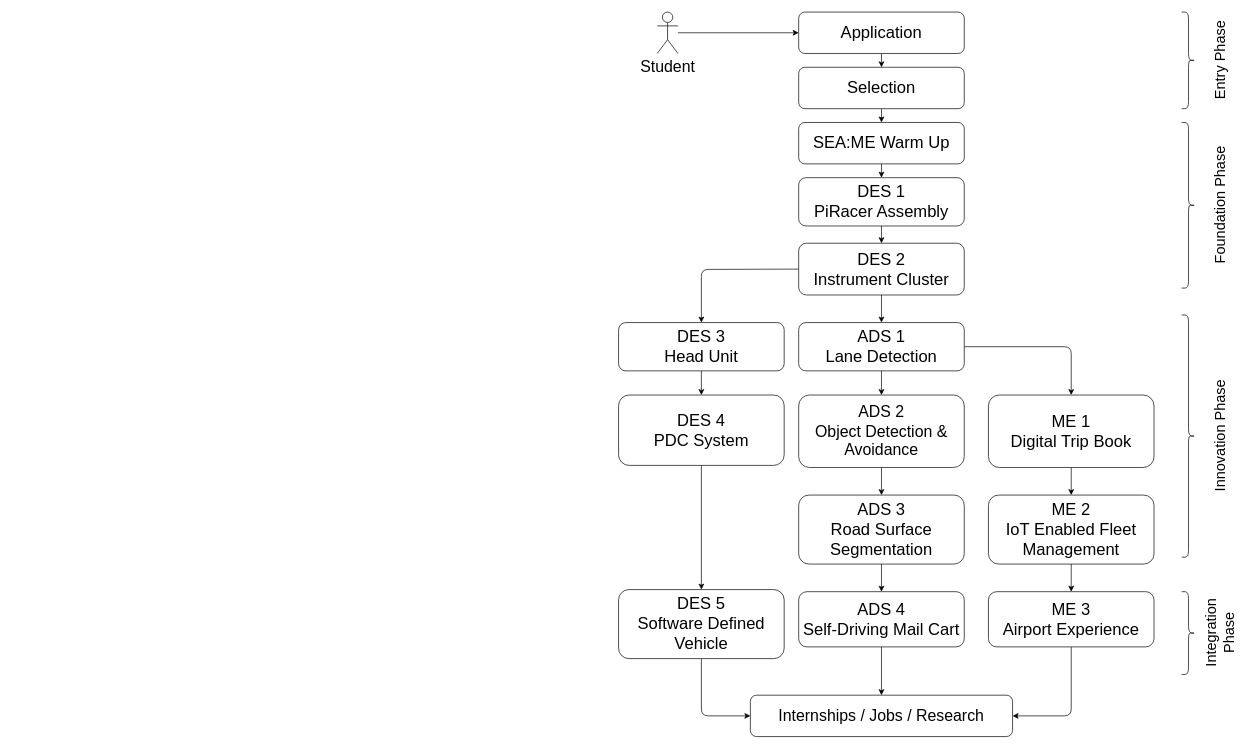
The draw.io diagram draw/roadmap.drawio in SEA-ME/SEA-ME-Study-Roadmap, before the edit. Source tidied: cells renumbered, new cells numbered last; positions are measured from the earlier drawing's top-left corner, leaving out a move shared by most shapes. Both pictures are drawn from the tidied source at 69%, with x=0, y=0 at pixel (618, 12).
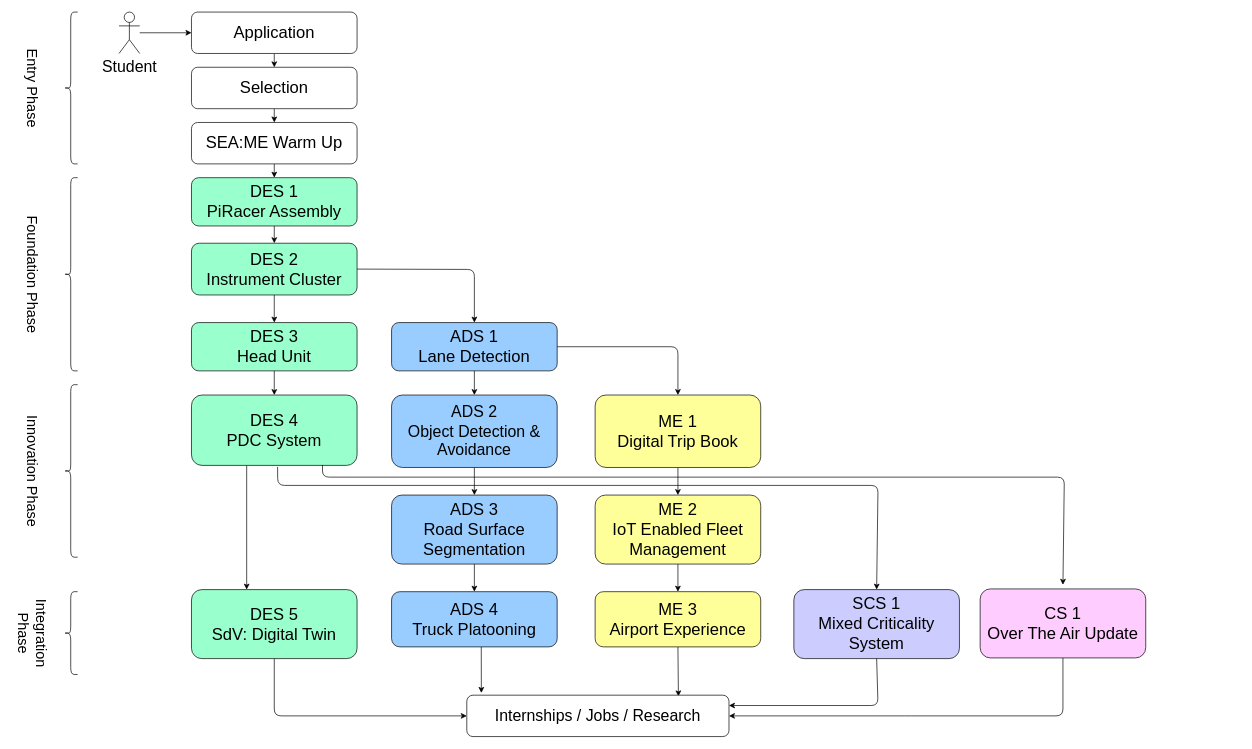
Above is the later version.

Commit message (it also covers changes not shown here):
redesigning the roadmap

Diff of the diagram source:
```diff
@@
-    <mxCell id="3" value="&lt;span style=&quot;font-size: 24px;&quot;&gt;DES 1&lt;br&gt;PiRacer Assembly&lt;/span&gt;" style="rounded=1;whiteSpace=wrap;html=1;" parent="1" vertex="1">
-      <mxGeometry x="261" y="240" width="240" height="70" as="geometry" />
+    <mxCell id="3" value="&lt;span style=&quot;font-size: 24px;&quot;&gt;DES 1&lt;br&gt;PiRacer Assembly&lt;/span&gt;" style="rounded=1;whiteSpace=wrap;html=1;fillColor=#99FFCC;fontColor=#000000;" parent="1" vertex="1">
+      <mxGeometry x="-619" y="240" width="240" height="70" as="geometry" />
     </mxCell>
@@
     <mxCell id="5" value="&lt;font style=&quot;font-size: 24px;&quot;&gt;SEA:ME Warm Up&lt;/font&gt;" style="rounded=1;whiteSpace=wrap;html=1;" parent="1" vertex="1">
-      <mxGeometry x="261" y="160" width="240" height="60" as="geometry" />
+      <mxGeometry x="-619" y="160" width="240" height="60" as="geometry" />
     </mxCell>
@@
     <mxCell id="7" value="&lt;font style=&quot;font-size: 24px;&quot;&gt;Selection&lt;/font&gt;" style="rounded=1;whiteSpace=wrap;html=1;" parent="1" vertex="1">
-      <mxGeometry x="261" y="80" width="240" height="60" as="geometry" />
+      <mxGeometry x="-619" y="80" width="240" height="60" as="geometry" />
     </mxCell>
@@
     <mxCell id="9" value="&lt;font style=&quot;font-size: 24px;&quot;&gt;Application&lt;/font&gt;" style="rounded=1;whiteSpace=wrap;html=1;" parent="1" vertex="1">
-      <mxGeometry x="261" width="240" height="60" as="geometry" />
+      <mxGeometry x="-619" width="240" height="60" as="geometry" />
     </mxCell>
-    <mxCell id="10" style="edgeStyle=none;html=1;exitX=0;exitY=0.5;exitDx=0;exitDy=0;entryX=0.5;entryY=0;entryDx=0;entryDy=0;fontSize=23;" parent="1" edge="1" source="12" target="14">
-      <mxGeometry relative="1" as="geometry">
-        <Array as="points">
-          <mxPoint x="120" y="373" />
-        </Array>
-      </mxGeometry>
+    <mxCell id="10" style="edgeStyle=none;html=1;exitX=0.5;exitY=1;exitDx=0;exitDy=0;entryX=0.5;entryY=0;entryDx=0;entryDy=0;fontSize=23;" parent="1" edge="1" source="12" target="14">
+      <mxGeometry relative="1" as="geometry" />
     </mxCell>
-    <mxCell id="11" style="edgeStyle=none;html=1;exitX=0.5;exitY=1;exitDx=0;exitDy=0;entryX=0.5;entryY=0;entryDx=0;entryDy=0;fontSize=23;" parent="1" edge="1" source="12" target="21">
-      <mxGeometry relative="1" as="geometry" />
+    <mxCell id="11" style="edgeStyle=none;html=1;exitX=1;exitY=0.5;exitDx=0;exitDy=0;entryX=0.5;entryY=0;entryDx=0;entryDy=0;fontSize=23;" parent="1" edge="1" source="12" target="21">
+      <mxGeometry relative="1" as="geometry">
+        <Array as="points">
+          <mxPoint x="-209" y="373" />
+        </Array>
+      </mxGeometry>
     </mxCell>
-    <mxCell id="12" value="&lt;span style=&quot;font-size: 24px;&quot;&gt;DES 2&lt;br&gt;Instrument Cluster&lt;/span&gt;" style="rounded=1;whiteSpace=wrap;html=1;" parent="1" vertex="1">
-      <mxGeometry x="261" y="335" width="240" height="75" as="geometry" />
+    <mxCell id="12" value="&lt;span style=&quot;font-size: 24px;&quot;&gt;DES 2&lt;br&gt;Instrument Cluster&lt;/span&gt;" style="rounded=1;whiteSpace=wrap;html=1;fillColor=#99FFCC;fontColor=#000000;" parent="1" vertex="1">
+      <mxGeometry x="-619" y="335" width="240" height="75" as="geometry" />
     </mxCell>
@@
-    <mxCell id="14" value="&lt;span style=&quot;font-size: 24px;&quot;&gt;DES 3&lt;br&gt;Head Unit&lt;/span&gt;" style="rounded=1;whiteSpace=wrap;html=1;" parent="1" vertex="1">
-      <mxGeometry y="450" width="240" height="70" as="geometry" />
+    <mxCell id="14" value="&lt;span style=&quot;font-size: 24px;&quot;&gt;DES 3&lt;br&gt;Head Unit&lt;/span&gt;" style="rounded=1;whiteSpace=wrap;html=1;fillColor=#99FFCC;fontColor=#000000;" parent="1" vertex="1">
+      <mxGeometry x="-619" y="450" width="240" height="70" as="geometry" />
     </mxCell>
-    <mxCell id="15" style="edgeStyle=none;html=1;exitX=0.5;exitY=1;exitDx=0;exitDy=0;entryX=0.5;entryY=0;entryDx=0;entryDy=0;fontSize=23;" parent="1" edge="1" source="16" target="18">
-      <mxGeometry relative="1" as="geometry" />
+    <mxCell id="15" style="edgeStyle=none;html=1;exitX=0.5;exitY=1;exitDx=0;exitDy=0;entryX=0.5;entryY=0;entryDx=0;entryDy=0;fontSize=23;" parent="1" edge="1">
+      <mxGeometry relative="1" as="geometry">
+        <mxPoint x="-539" y="657" as="sourcePoint" />
+        <mxPoint x="-539" y="837" as="targetPoint" />
+      </mxGeometry>
     </mxCell>
-    <mxCell id="16" value="&lt;span style=&quot;font-size: 24px;&quot;&gt;DES 4&lt;br&gt;PDC System&lt;/span&gt;" style="rounded=1;whiteSpace=wrap;html=1;" parent="1" vertex="1">
-      <mxGeometry y="555" width="240" height="102" as="geometry" />
+    <mxCell id="16" value="&lt;span style=&quot;font-size: 24px;&quot;&gt;DES 4&lt;br&gt;PDC System&lt;/span&gt;" style="rounded=1;whiteSpace=wrap;html=1;fillColor=#99FFCC;fontColor=#000000;" parent="1" vertex="1">
+      <mxGeometry x="-619" y="555" width="240" height="102" as="geometry" />
     </mxCell>
     <mxCell id="17" style="edgeStyle=none;html=1;exitX=0.5;exitY=1;exitDx=0;exitDy=0;entryX=0;entryY=0.5;entryDx=0;entryDy=0;fontSize=23;" parent="1" edge="1" source="18" target="34">
       <mxGeometry relative="1" as="geometry">
         <Array as="points">
-          <mxPoint x="120" y="1020" />
+          <mxPoint x="-499" y="1020" />
         </Array>
       </mxGeometry>
     </mxCell>
-    <mxCell id="18" value="&lt;span style=&quot;font-size: 24px;&quot;&gt;DES 5&lt;br&gt;Software Defined Vehicle&lt;br&gt;&lt;/span&gt;" style="rounded=1;whiteSpace=wrap;html=1;" parent="1" vertex="1">
-      <mxGeometry y="837" width="240" height="100" as="geometry" />
+    <mxCell id="18" value="&lt;span style=&quot;font-size: 24px;&quot;&gt;DES 5&lt;br&gt;SdV: Digital Twin&lt;br&gt;&lt;/span&gt;" style="rounded=1;whiteSpace=wrap;html=1;fillColor=#99FFCC;fontColor=#000000;" parent="1" vertex="1">
+      <mxGeometry x="-619" y="837" width="240" height="100" as="geometry" />
     </mxCell>
@@
     <mxCell id="20" style="edgeStyle=none;html=1;exitX=1;exitY=0.5;exitDx=0;exitDy=0;entryX=0.5;entryY=0;entryDx=0;entryDy=0;fontSize=23;" parent="1" edge="1" source="21" target="29">
       <mxGeometry relative="1" as="geometry">
         <Array as="points">
-          <mxPoint x="656" y="485" />
+          <mxPoint x="86" y="485" />
         </Array>
       </mxGeometry>
     </mxCell>
-    <mxCell id="21" value="&lt;span style=&quot;font-size: 24px;&quot;&gt;ADS 1&lt;br&gt;Lane Detection&lt;br&gt;&lt;/span&gt;" style="rounded=1;whiteSpace=wrap;html=1;" parent="1" vertex="1">
-      <mxGeometry x="261" y="450" width="240" height="70" as="geometry" />
+    <mxCell id="21" value="&lt;span style=&quot;font-size: 24px;&quot;&gt;ADS 1&lt;br&gt;Lane Detection&lt;br&gt;&lt;/span&gt;" style="rounded=1;whiteSpace=wrap;html=1;fontColor=#000000;fillColor=#99CCFF;" parent="1" vertex="1">
+      <mxGeometry x="-329" y="450" width="240" height="70" as="geometry" />
     </mxCell>
@@
-    <mxCell id="23" value="&lt;font style=&quot;font-size: 23px;&quot;&gt;ADS 2&lt;br&gt;Object Detection &amp;amp; Avoidance&lt;/font&gt;" style="rounded=1;whiteSpace=wrap;html=1;" parent="1" vertex="1">
-      <mxGeometry x="261" y="555" width="240" height="105" as="geometry" />
+    <mxCell id="23" value="&lt;font style=&quot;font-size: 23px;&quot;&gt;ADS 2&lt;br&gt;Object Detection &amp;amp; Avoidance&lt;/font&gt;" style="rounded=1;whiteSpace=wrap;html=1;fontColor=#000000;fillColor=#99CCFF;" parent="1" vertex="1">
+      <mxGeometry x="-329" y="555" width="240" height="105" as="geometry" />
     </mxCell>
@@
-    <mxCell id="25" value="&lt;span style=&quot;font-size: 24px;&quot;&gt;ADS 3&lt;br&gt;Road Surface Segmentation&lt;br&gt;&lt;/span&gt;" style="rounded=1;whiteSpace=wrap;html=1;" parent="1" vertex="1">
-      <mxGeometry x="261" y="700" width="240" height="100" as="geometry" />
+    <mxCell id="25" value="&lt;span style=&quot;font-size: 24px;&quot;&gt;ADS 3&lt;br&gt;Road Surface Segmentation&lt;br&gt;&lt;/span&gt;" style="rounded=1;whiteSpace=wrap;html=1;fontColor=#000000;fillColor=#99CCFF;" parent="1" vertex="1">
+      <mxGeometry x="-329" y="700" width="240" height="100" as="geometry" />
     </mxCell>
-    <mxCell id="26" style="edgeStyle=none;html=1;exitX=0.5;exitY=1;exitDx=0;exitDy=0;entryX=0.5;entryY=0;entryDx=0;entryDy=0;fontSize=23;" parent="1" edge="1" source="27" target="34">
-      <mxGeometry relative="1" as="geometry" />
+    <mxCell id="26" style="edgeStyle=none;html=1;exitX=0.75;exitY=1;exitDx=0;exitDy=0;entryX=0.187;entryY=-0.055;entryDx=0;entryDy=0;fontSize=23;entryPerimeter=0;" parent="1" edge="1">
+      <mxGeometry relative="1" as="geometry">
+        <mxPoint x="-199" y="920" as="sourcePoint" />
+        <mxPoint x="-198.9" y="986.7" as="targetPoint" />
+      </mxGeometry>
     </mxCell>
-    <mxCell id="27" value="&lt;span style=&quot;font-size: 24px;&quot;&gt;ADS 4&lt;br&gt;Self-Driving Mail Cart&lt;br&gt;&lt;/span&gt;" style="rounded=1;whiteSpace=wrap;html=1;" parent="1" vertex="1">
-      <mxGeometry x="261" y="840" width="240" height="80" as="geometry" />
+    <mxCell id="27" value="&lt;span style=&quot;font-size: 24px;&quot;&gt;ADS 4&lt;br&gt;Truck Platooning&lt;br&gt;&lt;/span&gt;" style="rounded=1;whiteSpace=wrap;html=1;fontColor=#000000;fillColor=#99CCFF;" parent="1" vertex="1">
+      <mxGeometry x="-329" y="840" width="240" height="80" as="geometry" />
     </mxCell>
@@
-    <mxCell id="29" value="&lt;span style=&quot;font-size: 24px;&quot;&gt;ME 1&lt;br&gt;Digital Trip Book&lt;br&gt;&lt;/span&gt;" style="rounded=1;whiteSpace=wrap;html=1;" parent="1" vertex="1">
-      <mxGeometry x="536" y="555" width="240" height="105" as="geometry" />
+    <mxCell id="29" value="&lt;span style=&quot;font-size: 24px;&quot;&gt;ME 1&lt;br&gt;Digital Trip Book&lt;br&gt;&lt;/span&gt;" style="rounded=1;whiteSpace=wrap;html=1;fillColor=#FFFF99;fontColor=#000000;" parent="1" vertex="1">
+      <mxGeometry x="-34" y="555" width="240" height="105" as="geometry" />
     </mxCell>
@@
-    <mxCell id="31" value="&lt;span style=&quot;font-size: 24px;&quot;&gt;ME 2&lt;br&gt;IoT Enabled Fleet Management&lt;br&gt;&lt;/span&gt;" style="rounded=1;whiteSpace=wrap;html=1;" parent="1" vertex="1">
-      <mxGeometry x="536" y="700" width="240" height="100" as="geometry" />
+    <mxCell id="31" value="&lt;span style=&quot;font-size: 24px;&quot;&gt;ME 2&lt;br&gt;IoT Enabled Fleet Management&lt;br&gt;&lt;/span&gt;" style="rounded=1;whiteSpace=wrap;html=1;fillColor=#FFFF99;fontColor=#000000;" parent="1" vertex="1">
+      <mxGeometry x="-34" y="700" width="240" height="100" as="geometry" />
     </mxCell>
-    <mxCell id="32" style="edgeStyle=none;html=1;exitX=0.5;exitY=1;exitDx=0;exitDy=0;entryX=1;entryY=0.5;entryDx=0;entryDy=0;fontSize=23;" parent="1" edge="1" source="33" target="34">
+    <mxCell id="32" style="edgeStyle=none;html=1;exitX=0.5;exitY=1;exitDx=0;exitDy=0;entryX=0.886;entryY=0.029;entryDx=0;entryDy=0;fontSize=23;entryPerimeter=0;" parent="1" edge="1" source="33">
       <mxGeometry relative="1" as="geometry">
-        <Array as="points">
-          <mxPoint x="656" y="1020" />
-        </Array>
+        <mxPoint x="86.7" y="991.7" as="targetPoint" />
       </mxGeometry>
     </mxCell>
-    <mxCell id="33" value="&lt;span style=&quot;font-size: 24px;&quot;&gt;ME 3&lt;br&gt;Airport Experience&lt;br&gt;&lt;/span&gt;" style="rounded=1;whiteSpace=wrap;html=1;" parent="1" vertex="1">
-      <mxGeometry x="536" y="840" width="240" height="80" as="geometry" />
+    <mxCell id="33" value="&lt;span style=&quot;font-size: 24px;&quot;&gt;ME 3&lt;br&gt;Airport Experience&lt;br&gt;&lt;/span&gt;" style="rounded=1;whiteSpace=wrap;html=1;fillColor=#FFFF99;fontColor=#000000;" parent="1" vertex="1">
+      <mxGeometry x="-34" y="840" width="240" height="80" as="geometry" />
     </mxCell>
     <mxCell id="34" value="Internships / Jobs / Research" style="rounded=1;whiteSpace=wrap;html=1;fontSize=23;" parent="1" vertex="1">
-      <mxGeometry x="191" y="990" width="380" height="60" as="geometry" />
+      <mxGeometry x="-220" y="990" width="380" height="60" as="geometry" />
     </mxCell>
@@
     <mxCell id="36" value="Student" style="shape=umlActor;verticalLabelPosition=bottom;verticalAlign=top;html=1;outlineConnect=0;fontSize=23;" parent="1" vertex="1">
-      <mxGeometry x="56" width="30" height="60" as="geometry" />
+      <mxGeometry x="-724" width="30" height="60" as="geometry" />
     </mxCell>
-    <mxCell id="37" value="&lt;font style=&quot;font-size: 21px;&quot;&gt;Foundation Phase&lt;/font&gt;" style="text;html=1;align=center;verticalAlign=middle;strokeColor=none;fillColor=none;rotation=-90;" parent="1" vertex="1">
-      <mxGeometry x="776" y="260" width="190" height="40" as="geometry" />
+    <mxCell id="37" value="&lt;font style=&quot;font-size: 21px;&quot;&gt;Foundation Phase&lt;/font&gt;" style="text;html=1;align=center;verticalAlign=middle;strokeColor=none;fillColor=none;rotation=90;" parent="1" vertex="1">
+      <mxGeometry x="-944" y="360" width="190" height="40" as="geometry" />
     </mxCell>
-    <mxCell id="38" style="shape=curlyBracket;whiteSpace=wrap;html=1;rounded=1;flipH=1;labelPosition=right;verticalLabelPosition=middle;align=left;verticalAlign=middle;fontSize=21;" parent="1" vertex="1">
-      <mxGeometry x="816" y="160" width="20" height="240" as="geometry" />
+    <mxCell id="38" style="shape=curlyBracket;whiteSpace=wrap;html=1;rounded=1;flipH=1;labelPosition=right;verticalLabelPosition=middle;align=left;verticalAlign=middle;fontSize=21;direction=west;" parent="1" vertex="1">
+      <mxGeometry x="-804" y="240" width="20" height="280" as="geometry" />
     </mxCell>
-    <mxCell id="39" style="shape=curlyBracket;whiteSpace=wrap;html=1;rounded=1;flipH=1;labelPosition=right;verticalLabelPosition=middle;align=left;verticalAlign=middle;fontSize=21;" parent="1" vertex="1">
-      <mxGeometry x="816" width="20" height="140" as="geometry" />
+    <mxCell id="39" style="shape=curlyBracket;whiteSpace=wrap;html=1;rounded=1;flipH=1;labelPosition=right;verticalLabelPosition=middle;align=left;verticalAlign=middle;fontSize=21;direction=west;" parent="1" vertex="1">
+      <mxGeometry x="-804" width="20" height="220" as="geometry" />
     </mxCell>
-    <mxCell id="40" value="&lt;font style=&quot;font-size: 21px;&quot;&gt;Entry&amp;nbsp;Phase&lt;/font&gt;" style="text;html=1;align=center;verticalAlign=middle;strokeColor=none;fillColor=none;rotation=-90;" parent="1" vertex="1">
-      <mxGeometry x="801" y="50" width="140" height="40" as="geometry" />
+    <mxCell id="40" value="&lt;font style=&quot;font-size: 21px;&quot;&gt;Entry&amp;nbsp;Phase&lt;/font&gt;" style="text;html=1;align=center;verticalAlign=middle;strokeColor=none;fillColor=none;rotation=90;" parent="1" vertex="1">
+      <mxGeometry x="-919" y="90" width="140" height="40" as="geometry" />
     </mxCell>
-    <mxCell id="41" value="&lt;font style=&quot;font-size: 21px;&quot;&gt;Innovation Phase&lt;/font&gt;" style="text;html=1;align=center;verticalAlign=middle;strokeColor=none;fillColor=none;rotation=-90;" parent="1" vertex="1">
-      <mxGeometry x="776" y="594.5" width="190" height="40" as="geometry" />
+    <mxCell id="41" value="&lt;font style=&quot;font-size: 21px;&quot;&gt;Innovation Phase&lt;/font&gt;" style="text;html=1;align=center;verticalAlign=middle;strokeColor=none;fillColor=none;rotation=90;" parent="1" vertex="1">
+      <mxGeometry x="-944" y="645" width="190" height="40" as="geometry" />
     </mxCell>
-    <mxCell id="42" style="shape=curlyBracket;whiteSpace=wrap;html=1;rounded=1;flipH=1;labelPosition=right;verticalLabelPosition=middle;align=left;verticalAlign=middle;fontSize=21;" parent="1" vertex="1">
-      <mxGeometry x="816" y="439" width="20" height="351" as="geometry" />
+    <mxCell id="42" style="shape=curlyBracket;whiteSpace=wrap;html=1;rounded=1;flipH=1;labelPosition=right;verticalLabelPosition=middle;align=left;verticalAlign=middle;fontSize=21;direction=west;" parent="1" vertex="1">
+      <mxGeometry x="-804" y="540" width="20" height="250" as="geometry" />
     </mxCell>
-    <mxCell id="43" style="shape=curlyBracket;whiteSpace=wrap;html=1;rounded=1;flipH=1;labelPosition=right;verticalLabelPosition=middle;align=left;verticalAlign=middle;fontSize=21;" parent="1" vertex="1">
-      <mxGeometry x="816" y="840" width="20" height="120" as="geometry" />
+    <mxCell id="43" style="shape=curlyBracket;whiteSpace=wrap;html=1;rounded=1;flipH=1;labelPosition=right;verticalLabelPosition=middle;align=left;verticalAlign=middle;fontSize=21;direction=west;" parent="1" vertex="1">
+      <mxGeometry x="-804" y="840" width="20" height="120" as="geometry" />
     </mxCell>
-    <mxCell id="44" value="&lt;font style=&quot;font-size: 21px;&quot;&gt;Integration &lt;br&gt;Phase&lt;/font&gt;" style="text;html=1;align=center;verticalAlign=middle;strokeColor=none;fillColor=none;rotation=-90;" parent="1" vertex="1">
-      <mxGeometry x="811" y="870" width="120" height="60" as="geometry" />
+    <mxCell id="44" value="&lt;font style=&quot;font-size: 21px;&quot;&gt;Integration &lt;br&gt;Phase&lt;/font&gt;" style="text;html=1;align=center;verticalAlign=middle;strokeColor=none;fillColor=none;rotation=90;" parent="1" vertex="1">
+      <mxGeometry x="-909" y="870" width="120" height="60" as="geometry" />
     </mxCell>
+    <mxCell id="45" value="&lt;span style=&quot;font-size: 24px;&quot;&gt;SCS 1&lt;br&gt;Mixed Criticality System&lt;br&gt;&lt;/span&gt;" style="rounded=1;whiteSpace=wrap;html=1;fillColor=#CCCCFF;fontColor=#000000;" parent="1" vertex="1">
+      <mxGeometry x="254" y="837" width="240" height="100" as="geometry" />
+    </mxCell>
+    <mxCell id="46" style="edgeStyle=none;html=1;fontSize=23;entryX=0.5;entryY=0;entryDx=0;entryDy=0;exitX=0.52;exitY=1.022;exitDx=0;exitDy=0;exitPerimeter=0;" parent="1" edge="1" source="16" target="45">
+      <mxGeometry relative="1" as="geometry">
+        <Array as="points">
+          <mxPoint x="-494" y="686" />
+          <mxPoint x="376" y="686" />
+        </Array>
+      </mxGeometry>
+    </mxCell>
+    <mxCell id="47" style="edgeStyle=none;html=1;exitX=0.5;exitY=1;exitDx=0;exitDy=0;fontSize=23;entryX=1;entryY=0.25;entryDx=0;entryDy=0;" parent="1" edge="1" source="45" target="34">
+      <mxGeometry relative="1" as="geometry">
+        <Array as="points">
+          <mxPoint x="376" y="1005" />
+        </Array>
+      </mxGeometry>
+    </mxCell>
+    <mxCell id="48" value="&lt;span style=&quot;font-size: 24px;&quot;&gt;CS 1&lt;br&gt;Over The Air Update&lt;br&gt;&lt;/span&gt;" style="rounded=1;whiteSpace=wrap;html=1;fillColor=#FFCCFF;fontColor=#000000;" parent="1" vertex="1">
+      <mxGeometry x="524" y="836" width="240" height="100" as="geometry" />
+    </mxCell>
+    <mxCell id="49" style="edgeStyle=none;html=1;exitX=0.5;exitY=1;exitDx=0;exitDy=0;fontSize=23;entryX=1;entryY=0.5;entryDx=0;entryDy=0;" parent="1" edge="1" source="48" target="34">
+      <mxGeometry relative="1" as="geometry">
+        <Array as="points">
+          <mxPoint x="644" y="1020" />
+          <mxPoint x="424" y="1020" />
+        </Array>
+      </mxGeometry>
+    </mxCell>
+    <mxCell id="50" style="edgeStyle=none;html=1;fontSize=23;exitX=0.791;exitY=0.994;exitDx=0;exitDy=0;entryX=0.5;entryY=0;entryDx=0;entryDy=0;exitPerimeter=0;" parent="1" edge="1" source="16">
+      <mxGeometry relative="1" as="geometry">
+        <mxPoint x="644" y="830" as="targetPoint" />
+        <Array as="points">
+          <mxPoint x="-429" y="674" />
+          <mxPoint x="646" y="674" />
+        </Array>
+      </mxGeometry>
+    </mxCell>
```
